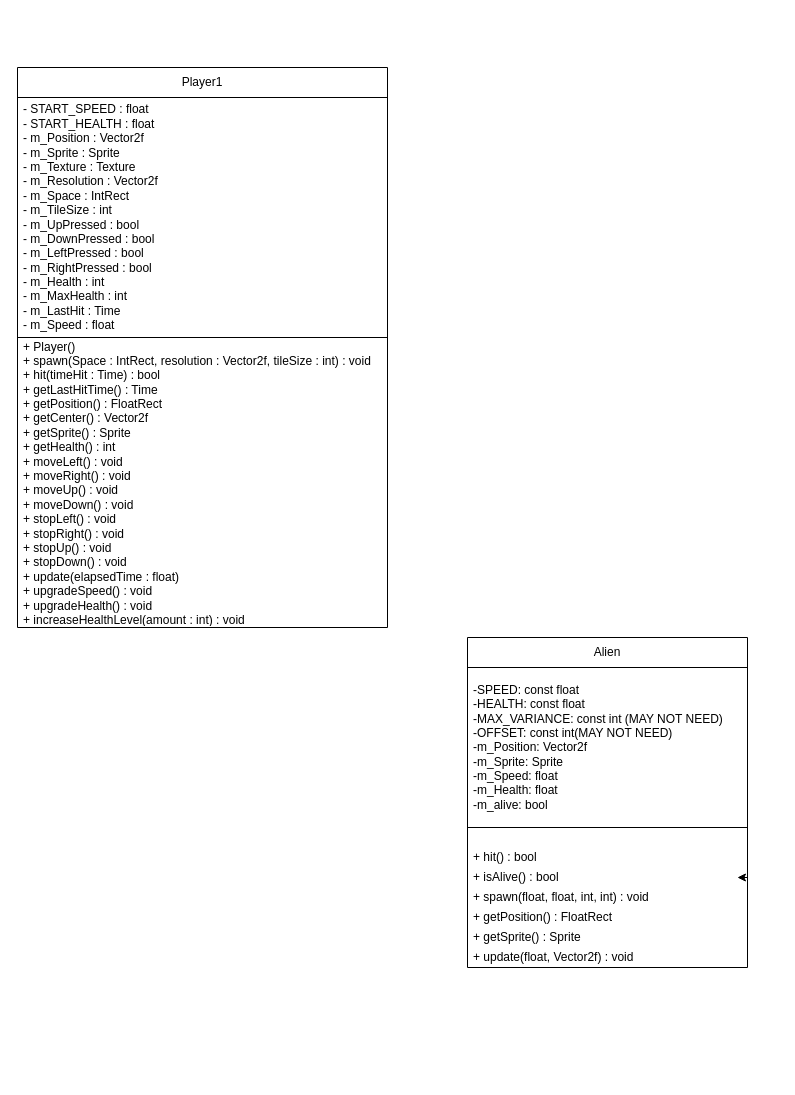
This is UML Diagram.drawio from huchu501/Space_Battle, a draw.io file, before an edit. Source tidied: cells renumbered, new cells numbered last; positions are measured from the earlier drawing's top-left corner, leaving out a move shared by most shapes. Both pictures are drawn from the tidied source at 100%, with x=0, y=0 at pixel (17, 67).
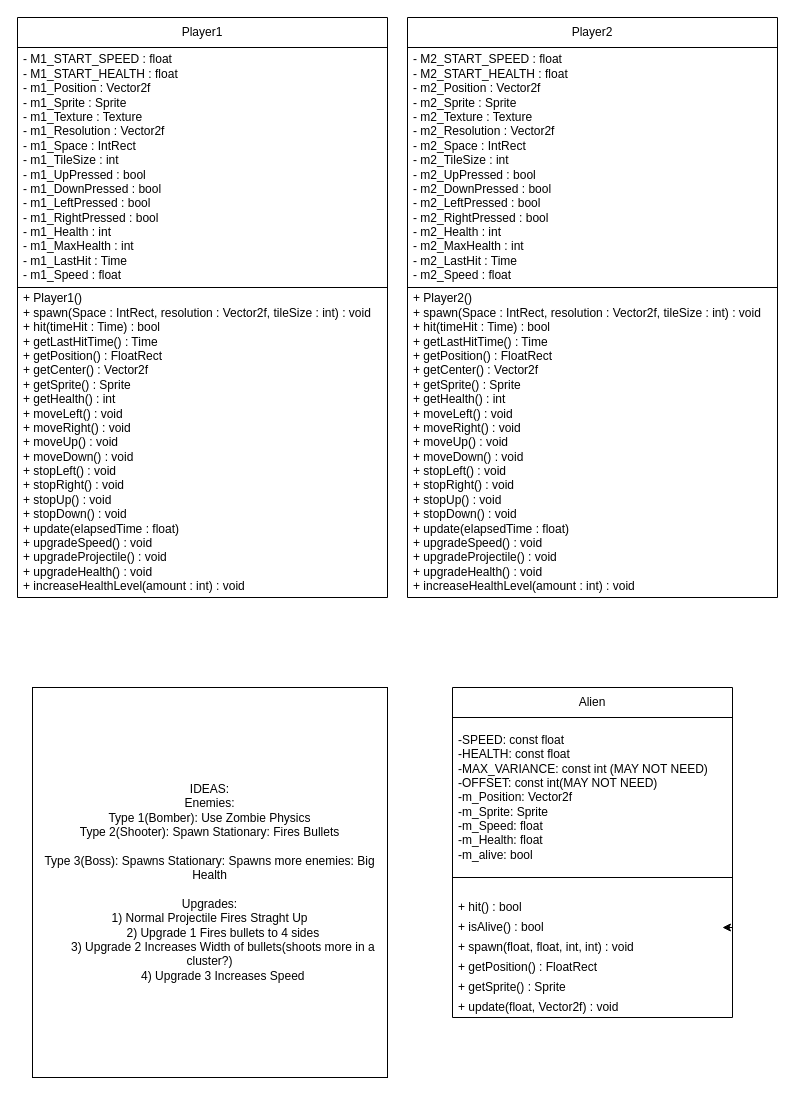
After the change.

Change to the diagram source:
```diff
@@
 <mxGraphModel>
   <root>
     <mxCell id="0" />
     <mxCell id="1" parent="0" />
     <mxCell id="2" value="Player1" style="swimlane;fontStyle=0;horizontal=1;startSize=30;whiteSpace=wrap;html=1;" parent="1" vertex="1">
-      <mxGeometry width="370" height="560" as="geometry" />
+      <mxGeometry y="-50" width="370" height="580" as="geometry" />
     </mxCell>
-    <mxCell id="3" value="- START_SPEED : float&lt;br&gt;- START_HEALTH : float&lt;br&gt;- m_Position : Vector2f&lt;br&gt;- m_Sprite : Sprite&lt;br&gt;- m_Texture : Texture&lt;br&gt;- m_Resolution : Vector2f&lt;br&gt;- m_Space : IntRect&lt;br&gt;- m_TileSize : int&lt;br&gt;- m_UpPressed : bool&lt;br&gt;- m_DownPressed : bool&lt;br&gt;- m_LeftPressed : bool&lt;br&gt;- m_RightPressed : bool&lt;br&gt;- m_Health : int&lt;br&gt;- m_MaxHealth : int&lt;br&gt;- m_LastHit : Time&lt;br&gt;- m_Speed : float" style="text;strokeColor=default;fillColor=none;align=left;verticalAlign=middle;spacingLeft=4;spacingRight=4;overflow=hidden;whiteSpace=wrap;html=1;" parent="2" vertex="1">
+    <mxCell id="3" value="- M1_START_SPEED : float&lt;br&gt;- M1_START_HEALTH : float&lt;br&gt;- m1_Position : Vector2f&lt;br&gt;- m1_Sprite : Sprite&lt;br&gt;- m1_Texture : Texture&lt;br&gt;- m1_Resolution : Vector2f&lt;br&gt;- m1_Space : IntRect&lt;br&gt;- m1_TileSize : int&lt;br&gt;- m1_UpPressed : bool&lt;br&gt;- m1_DownPressed : bool&lt;br&gt;- m1_LeftPressed : bool&lt;br&gt;- m1_RightPressed : bool&lt;br&gt;- m1_Health : int&lt;br&gt;- m1_MaxHealth : int&lt;br&gt;- m1_LastHit : Time&lt;br&gt;- m1_Speed : float" style="text;strokeColor=default;fillColor=none;align=left;verticalAlign=middle;spacingLeft=4;spacingRight=4;overflow=hidden;whiteSpace=wrap;html=1;" parent="2" vertex="1">
       <mxGeometry y="30" width="370" height="240" as="geometry" />
     </mxCell>
-    <mxCell id="4" value="+ Player()&lt;br&gt;+ spawn(Space : IntRect, resolution : Vector2f, tileSize : int) : void&lt;br&gt;+ hit(timeHit : Time) : bool&lt;br&gt;+ getLastHitTime() : Time&lt;br&gt;+ getPosition() : FloatRect&lt;br&gt;+ getCenter() : Vector2f&lt;br&gt;+ getSprite() : Sprite&lt;br&gt;+ getHealth() : int&lt;br&gt;+ moveLeft() : void&lt;br&gt;+ moveRight() : void&lt;br&gt;+ moveUp() : void&lt;br&gt;+ moveDown() : void&lt;br&gt;+ stopLeft() : void&lt;br&gt;+ stopRight() : void&lt;br&gt;+ stopUp() : void&lt;br&gt;+ stopDown() : void&lt;br&gt;+ update(elapsedTime : float)&lt;br&gt;+ upgradeSpeed() : void&lt;br&gt;+ upgradeHealth() : void&lt;br&gt;+ increaseHealthLevel(amount : int) : void&amp;nbsp;" style="text;strokeColor=none;fillColor=none;align=left;verticalAlign=middle;spacingLeft=4;spacingRight=4;overflow=hidden;whiteSpace=wrap;html=1;" parent="2" vertex="1">
-      <mxGeometry y="270" width="370" height="290" as="geometry" />
+    <mxCell id="4" value="+ Player1()&lt;br&gt;+ spawn(Space : IntRect, resolution : Vector2f, tileSize : int) : void&lt;br&gt;+ hit(timeHit : Time) : bool&lt;br&gt;+ getLastHitTime() : Time&lt;br&gt;+ getPosition() : FloatRect&lt;br&gt;+ getCenter() : Vector2f&lt;br&gt;+ getSprite() : Sprite&lt;br&gt;+ getHealth() : int&lt;br&gt;+ moveLeft() : void&lt;br&gt;+ moveRight() : void&lt;br&gt;+ moveUp() : void&lt;br&gt;+ moveDown() : void&lt;br&gt;+ stopLeft() : void&lt;br&gt;+ stopRight() : void&lt;br&gt;+ stopUp() : void&lt;br&gt;+ stopDown() : void&lt;br&gt;+ update(elapsedTime : float)&lt;br&gt;+ upgradeSpeed() : void&lt;br&gt;+ upgradeProjectile() : void&lt;br&gt;+ upgradeHealth() : void&lt;br&gt;+ increaseHealthLevel(amount : int) : void&amp;nbsp;" style="text;strokeColor=none;fillColor=none;align=left;verticalAlign=middle;spacingLeft=4;spacingRight=4;overflow=hidden;whiteSpace=wrap;html=1;" parent="2" vertex="1">
+      <mxGeometry y="270" width="370" height="310" as="geometry" />
     </mxCell>
     <mxCell id="5" value="Alien" style="swimlane;fontStyle=0;horizontal=1;startSize=30;whiteSpace=wrap;html=1;" parent="1" vertex="1">
-      <mxGeometry x="450" y="570" width="280" height="330" as="geometry" />
+      <mxGeometry x="435" y="620" width="280" height="330" as="geometry" />
     </mxCell>
     <mxCell id="6" value="-SPEED: const float&lt;br&gt;-HEALTH: const float&lt;br&gt;-MAX_VARIANCE: const int (MAY NOT NEED)&lt;br&gt;-OFFSET: const int(MAY NOT NEED)&lt;br&gt;-m_Position: Vector2f&lt;br&gt;-m_Sprite: Sprite&lt;br&gt;-m_Speed: float&lt;br&gt;-m_Health: float&lt;br&gt;-m_alive: bool" style="text;strokeColor=default;fillColor=none;align=left;verticalAlign=middle;spacingLeft=4;spacingRight=4;overflow=hidden;whiteSpace=wrap;html=1;" parent="5" vertex="1">
       <mxGeometry y="30" width="280" height="160" as="geometry" />
     </mxCell>
     <mxCell id="7" style="text;strokeColor=none;fillColor=none;align=left;verticalAlign=middle;spacingLeft=4;spacingRight=4;overflow=hidden;whiteSpace=wrap;html=1;" parent="5" vertex="1">
       <mxGeometry y="190" width="280" height="20" as="geometry" />
     </mxCell>
     <mxCell id="8" value="+ hit() : bool" style="text;strokeColor=none;fillColor=none;align=left;verticalAlign=middle;spacingLeft=4;spacingRight=4;overflow=hidden;whiteSpace=wrap;html=1;" parent="5" vertex="1">
       <mxGeometry y="210" width="280" height="20" as="geometry" />
     </mxCell>
     <mxCell id="9" value="+ isAlive() : bool" style="text;strokeColor=none;fillColor=none;align=left;verticalAlign=middle;spacingLeft=4;spacingRight=4;overflow=hidden;points=[[0,0.5],[1,0.5]];portConstraint=eastwest;whiteSpace=wrap;html=1;" parent="5" vertex="1">
       <mxGeometry y="230" width="280" height="20" as="geometry" />
     </mxCell>
     <mxCell id="10" value="+ spawn(float, float, int, int) : void" style="text;strokeColor=none;fillColor=none;align=left;verticalAlign=middle;spacingLeft=4;spacingRight=4;overflow=hidden;whiteSpace=wrap;html=1;" parent="5" vertex="1">
       <mxGeometry y="250" width="280" height="20" as="geometry" />
     </mxCell>
     <mxCell id="11" value="+ getPosition() : FloatRect" style="text;strokeColor=none;fillColor=none;align=left;verticalAlign=middle;spacingLeft=4;spacingRight=4;overflow=hidden;whiteSpace=wrap;html=1;" parent="5" vertex="1">
       <mxGeometry y="270" width="280" height="20" as="geometry" />
     </mxCell>
     <mxCell id="12" value="+ getSprite() : Sprite" style="text;strokeColor=none;fillColor=none;align=left;verticalAlign=middle;spacingLeft=4;spacingRight=4;overflow=hidden;whiteSpace=wrap;html=1;" parent="5" vertex="1">
       <mxGeometry y="290" width="280" height="20" as="geometry" />
     </mxCell>
     <mxCell id="13" value="+ update(float, Vector2f) : void" style="text;strokeColor=none;fillColor=none;align=left;verticalAlign=middle;spacingLeft=4;spacingRight=4;overflow=hidden;whiteSpace=wrap;html=1;" parent="5" vertex="1">
       <mxGeometry y="310" width="280" height="20" as="geometry" />
     </mxCell>
     <mxCell id="14" style="edgeStyle=orthogonalEdgeStyle;rounded=0;orthogonalLoop=1;jettySize=auto;html=1;exitX=1;exitY=0.5;exitDx=0;exitDy=0;entryX=0.964;entryY=0.5;entryDx=0;entryDy=0;entryPerimeter=0;" parent="5" edge="1" source="9" target="9">
       <mxGeometry relative="1" as="geometry" />
     </mxCell>
+    <mxCell id="15" value="Player2" style="swimlane;fontStyle=0;horizontal=1;startSize=30;whiteSpace=wrap;html=1;" parent="1" vertex="1">
+      <mxGeometry x="390" y="-50" width="370" height="580" as="geometry" />
+    </mxCell>
+    <mxCell id="16" value="- M2_START_SPEED : float&lt;br&gt;- M2_START_HEALTH : float&lt;br&gt;- m2_Position : Vector2f&lt;br&gt;- m2_Sprite : Sprite&lt;br&gt;- m2_Texture : Texture&lt;br&gt;- m2_Resolution : Vector2f&lt;br&gt;- m2_Space : IntRect&lt;br&gt;- m2_TileSize : int&lt;br&gt;- m2_UpPressed : bool&lt;br&gt;- m2_DownPressed : bool&lt;br&gt;- m2_LeftPressed : bool&lt;br&gt;- m2_RightPressed : bool&lt;br&gt;- m2_Health : int&lt;br&gt;- m2_MaxHealth : int&lt;br&gt;- m2_LastHit : Time&lt;br&gt;- m2_Speed : float" style="text;strokeColor=default;fillColor=none;align=left;verticalAlign=middle;spacingLeft=4;spacingRight=4;overflow=hidden;whiteSpace=wrap;html=1;" parent="15" vertex="1">
+      <mxGeometry y="30" width="370" height="240" as="geometry" />
+    </mxCell>
+    <mxCell id="17" value="+ Player2()&lt;br&gt;+ spawn(Space : IntRect, resolution : Vector2f, tileSize : int) : void&lt;br&gt;+ hit(timeHit : Time) : bool&lt;br&gt;+ getLastHitTime() : Time&lt;br&gt;+ getPosition() : FloatRect&lt;br&gt;+ getCenter() : Vector2f&lt;br&gt;+ getSprite() : Sprite&lt;br&gt;+ getHealth() : int&lt;br&gt;+ moveLeft() : void&lt;br&gt;+ moveRight() : void&lt;br&gt;+ moveUp() : void&lt;br&gt;+ moveDown() : void&lt;br&gt;+ stopLeft() : void&lt;br&gt;+ stopRight() : void&lt;br&gt;+ stopUp() : void&lt;br&gt;+ stopDown() : void&lt;br&gt;+ update(elapsedTime : float)&lt;br&gt;+ upgradeSpeed() : void&lt;br&gt;+ upgradeProjectile() : void&lt;br&gt;+ upgradeHealth() : void&lt;br&gt;+ increaseHealthLevel(amount : int) : void&amp;nbsp;" style="text;strokeColor=none;fillColor=none;align=left;verticalAlign=middle;spacingLeft=4;spacingRight=4;overflow=hidden;whiteSpace=wrap;html=1;" parent="15" vertex="1">
+      <mxGeometry y="270" width="370" height="310" as="geometry" />
+    </mxCell>
+    <mxCell id="18" value="&lt;div&gt;IDEAS:&lt;/div&gt;&lt;div&gt;Enemies:&lt;/div&gt;&lt;div&gt;Type 1(Bomber): Use Zombie Physics&lt;/div&gt;&lt;div&gt;Type 2(Shooter): Spawn Stationary: Fires Bullets&lt;/div&gt;&lt;div&gt;&lt;br&gt;&lt;/div&gt;&lt;div&gt;Type 3(Boss): Spawns Stationary: Spawns more enemies: Big Health&lt;/div&gt;&lt;div&gt;&lt;br&gt;&lt;/div&gt;&lt;div&gt;Upgrades:&lt;/div&gt;&lt;div&gt;&lt;span style=&quot;&quot;&gt; &lt;/span&gt;1) Normal Projectile Fires Straght Up&lt;/div&gt;&lt;div&gt;&amp;nbsp; &amp;nbsp; &amp;nbsp; &amp;nbsp; 2) Upgrade 1 Fires bullets to 4 sides&lt;/div&gt;&lt;div&gt;&amp;nbsp; &amp;nbsp; &amp;nbsp; &amp;nbsp; 3) Upgrade 2 Increases Width of bullets(shoots more in a cluster?)&lt;/div&gt;&lt;div&gt;&amp;nbsp; &amp;nbsp; &amp;nbsp; &amp;nbsp; 4) Upgrade 3 Increases Speed&lt;/div&gt;" style="text;html=1;strokeColor=default;fillColor=none;align=center;verticalAlign=middle;whiteSpace=wrap;rounded=0;" parent="1" vertex="1">
+      <mxGeometry x="15" y="620" width="355" height="390" as="geometry" />
+    </mxCell>
   </root>
 </mxGraphModel>
```
